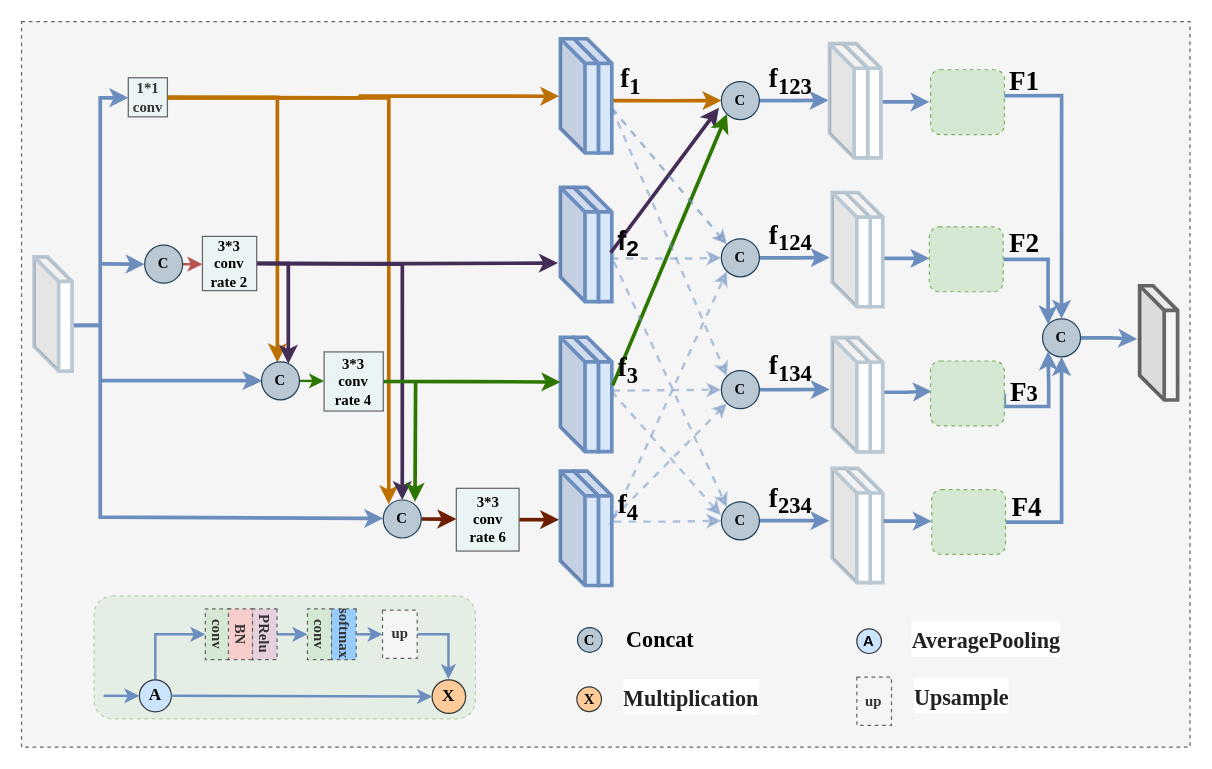
This is CCASPP.drawio from Hymhh/hymhh, a draw.io file, before an edit. Source tidied: cells renumbered, new cells numbered last; positions are measured from the earlier drawing's top-left corner, leaving out a move shared by most shapes. Both pictures are drawn from the tidied source at 123%, with x=0, y=0 at pixel (21, 21).
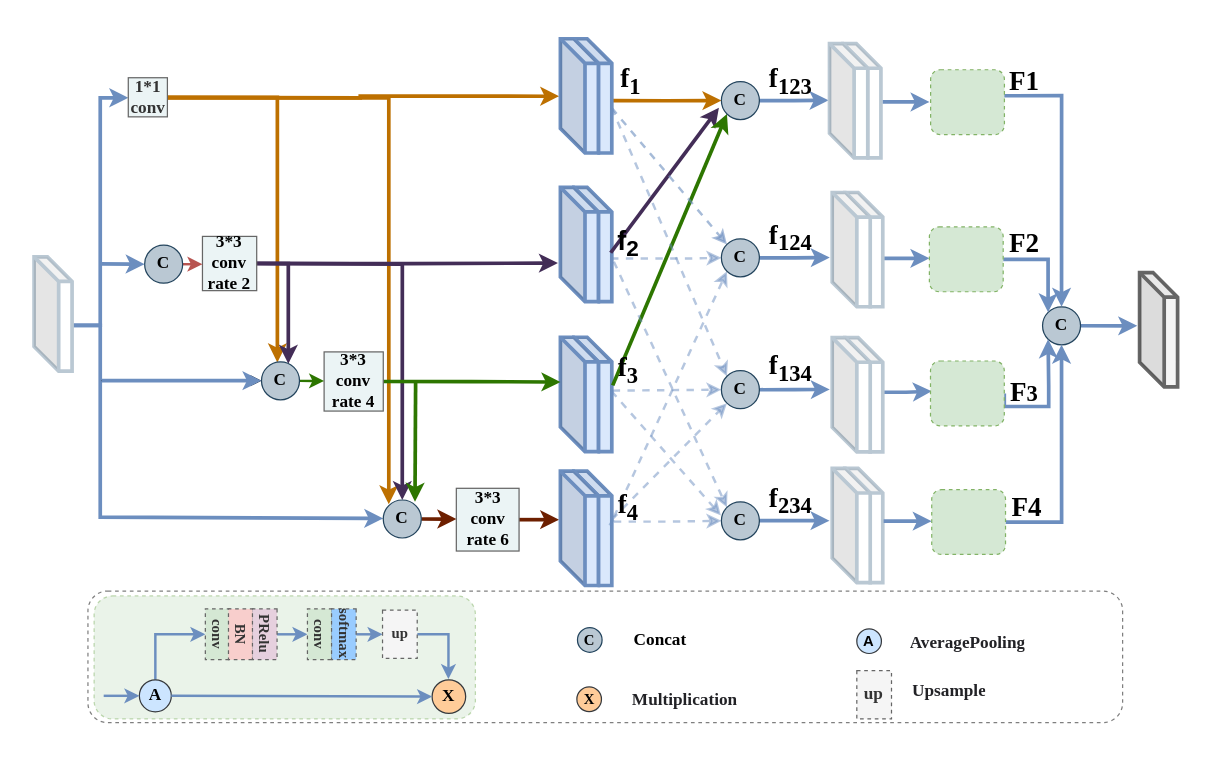
Above is the later version.

Diff of the diagram source:
```diff
@@
-    <mxCell id="2" style="rounded=0;whiteSpace=wrap;html=1;fillColor=#f5f5f5;strokeColor=#666666;dashed=1;shadow=0;fontColor=#333333;" parent="1" vertex="1">
-      <mxGeometry width="950" height="590" as="geometry" />
-    </mxCell>
+    <mxCell id="115" style="rounded=1;whiteSpace=wrap;html=1;dashed=1;fillColor=none;opacity=50;" parent="1" vertex="1">
+      <mxGeometry x="54" y="463" width="841.2" height="107" as="geometry" />
+    </mxCell>
@@
-    <mxCell id="10" value="&lt;font face=&quot;Times New Roman&quot;&gt;&lt;b&gt;1*1&lt;br&gt;conv&lt;/b&gt;&lt;/font&gt;" style="whiteSpace=wrap;html=1;strokeWidth=1;fillColor=#EBF4F5;strokeColor=#666666;fontColor=#333333;" parent="1" vertex="1">
+    <mxCell id="10" value="&lt;font face=&quot;Times New Roman&quot; style=&quot;font-size: 14px&quot;&gt;&lt;b&gt;1*1&lt;br&gt;conv&lt;/b&gt;&lt;/font&gt;" style="whiteSpace=wrap;html=1;strokeWidth=1;fillColor=#EBF4F5;strokeColor=#666666;fontColor=#333333;" parent="1" vertex="1">
       <mxGeometry x="86.8" y="45.7" width="31.8" height="31.8" as="geometry" />
     </mxCell>
@@
-    <mxCell id="14" value="&lt;font face=&quot;Times New Roman&quot;&gt;&lt;b&gt;3*3&lt;br&gt;conv&lt;br&gt;rate 2&lt;/b&gt;&lt;/font&gt;" style="whiteSpace=wrap;html=1;strokeWidth=1;fillColor=#EBF4F5;strokeColor=#666666;" parent="1" vertex="1">
+    <mxCell id="14" value="&lt;font face=&quot;Times New Roman&quot; style=&quot;font-size: 14px&quot;&gt;&lt;b&gt;3*3&lt;br&gt;conv&lt;br&gt;rate 2&lt;/b&gt;&lt;/font&gt;" style="whiteSpace=wrap;html=1;strokeWidth=1;fillColor=#EBF4F5;strokeColor=#666666;" parent="1" vertex="1">
       <mxGeometry x="147.1" y="174.7" width="44.1" height="44.1" as="geometry" />
     </mxCell>
@@
-    <mxCell id="16" value="&lt;font face=&quot;Times New Roman&quot;&gt;&lt;b&gt;3*3&lt;br&gt;conv&lt;br&gt;rate 6&lt;/b&gt;&lt;/font&gt;" style="whiteSpace=wrap;html=1;strokeWidth=1;fillColor=#EBF4F5;strokeColor=#666666;" parent="1" vertex="1">
+    <mxCell id="16" value="&lt;font face=&quot;Times New Roman&quot; style=&quot;font-size: 14px&quot;&gt;&lt;b&gt;3*3&lt;br&gt;conv&lt;br&gt;rate 6&lt;/b&gt;&lt;/font&gt;" style="whiteSpace=wrap;html=1;strokeWidth=1;fillColor=#EBF4F5;strokeColor=#666666;" parent="1" vertex="1">
       <mxGeometry x="353.5" y="379.5" width="51" height="51" as="geometry" />
     </mxCell>
@@
-    <mxCell id="18" value="&lt;b&gt;&lt;font face=&quot;Times New Roman&quot;&gt;C&lt;/font&gt;&lt;/b&gt;" style="ellipse;whiteSpace=wrap;html=1;strokeColor=#23445d;strokeWidth=1;fillColor=#bac8d3;" parent="1" vertex="1">
+    <mxCell id="18" value="&lt;b&gt;&lt;font face=&quot;Times New Roman&quot; style=&quot;font-size: 14px&quot;&gt;C&lt;/font&gt;&lt;/b&gt;" style="ellipse;whiteSpace=wrap;html=1;strokeColor=#23445d;strokeWidth=1;fillColor=#bac8d3;" parent="1" vertex="1">
       <mxGeometry x="294.1" y="389" width="30.9" height="30.9" as="geometry" />
     </mxCell>
@@
     <mxCell id="34" style="shape=cube;whiteSpace=wrap;html=1;boundedLbl=1;backgroundOutline=1;darkOpacity=0.05;darkOpacity2=0.1;strokeColor=#666666;strokeWidth=3;fillColor=#f5f5f5;fontColor=#333333;" parent="1" vertex="1">
-      <mxGeometry x="909" y="214.8" width="30.9" height="92.9" as="geometry" />
+      <mxGeometry x="909" y="204.1" width="30.9" height="92.9" as="geometry" />
     </mxCell>
@@
-    <mxCell id="36" value="&lt;font face=&quot;Times New Roman&quot;&gt;&lt;b&gt;C&lt;/b&gt;&lt;/font&gt;" style="ellipse;whiteSpace=wrap;html=1;strokeColor=#23445d;strokeWidth=1;fillColor=#bac8d3;" parent="1" vertex="1">
+    <mxCell id="36" value="&lt;font face=&quot;Times New Roman&quot; size=&quot;1&quot;&gt;&lt;b style=&quot;font-size: 14px&quot;&gt;C&lt;/b&gt;&lt;/font&gt;" style="ellipse;whiteSpace=wrap;html=1;strokeColor=#23445d;strokeWidth=1;fillColor=#bac8d3;" parent="1" vertex="1">
       <mxGeometry x="569" y="48.8" width="30.9" height="30.9" as="geometry" />
     </mxCell>
@@
-    <mxCell id="38" value="&lt;font face=&quot;Times New Roman&quot;&gt;&lt;b&gt;C&lt;/b&gt;&lt;/font&gt;" style="ellipse;whiteSpace=wrap;html=1;strokeColor=#23445d;strokeWidth=1;fillColor=#bac8d3;" parent="1" vertex="1">
+    <mxCell id="38" value="&lt;font face=&quot;Times New Roman&quot; size=&quot;1&quot;&gt;&lt;b style=&quot;font-size: 14px&quot;&gt;C&lt;/b&gt;&lt;/font&gt;" style="ellipse;whiteSpace=wrap;html=1;strokeColor=#23445d;strokeWidth=1;fillColor=#bac8d3;" parent="1" vertex="1">
       <mxGeometry x="569" y="176.7" width="30.9" height="30.9" as="geometry" />
     </mxCell>
@@
-    <mxCell id="40" value="&lt;b&gt;&lt;font face=&quot;Times New Roman&quot;&gt;C&lt;/font&gt;&lt;/b&gt;" style="ellipse;whiteSpace=wrap;html=1;strokeColor=#23445d;strokeWidth=1;fillColor=#bac8d3;" parent="1" vertex="1">
+    <mxCell id="40" value="&lt;b&gt;&lt;font face=&quot;Times New Roman&quot; style=&quot;font-size: 14px&quot;&gt;C&lt;/font&gt;&lt;/b&gt;" style="ellipse;whiteSpace=wrap;html=1;strokeColor=#23445d;strokeWidth=1;fillColor=#bac8d3;" parent="1" vertex="1">
       <mxGeometry x="569" y="283.9" width="30.9" height="30.9" as="geometry" />
     </mxCell>
@@
-    <mxCell id="42" value="&lt;b&gt;&lt;font face=&quot;Times New Roman&quot;&gt;C&lt;/font&gt;&lt;/b&gt;" style="ellipse;whiteSpace=wrap;html=1;strokeColor=#23445d;strokeWidth=1;fillColor=#bac8d3;" parent="1" vertex="1">
+    <mxCell id="42" value="&lt;b&gt;&lt;font face=&quot;Times New Roman&quot; style=&quot;font-size: 14px&quot;&gt;C&lt;/font&gt;&lt;/b&gt;" style="ellipse;whiteSpace=wrap;html=1;strokeColor=#23445d;strokeWidth=1;fillColor=#bac8d3;" parent="1" vertex="1">
       <mxGeometry x="569" y="390.5" width="30.9" height="30.9" as="geometry" />
     </mxCell>
@@
-    <mxCell id="58" value="&lt;b&gt;&lt;font face=&quot;Times New Roman&quot;&gt;C&lt;/font&gt;&lt;/b&gt;" style="ellipse;whiteSpace=wrap;html=1;strokeColor=#23445d;strokeWidth=1;fillColor=#bac8d3;" parent="1" vertex="1">
-      <mxGeometry x="830.1" y="241.7" width="30.9" height="30.9" as="geometry" />
+    <mxCell id="58" value="&lt;b&gt;&lt;font face=&quot;Times New Roman&quot; style=&quot;font-size: 14px&quot;&gt;C&lt;/font&gt;&lt;/b&gt;" style="ellipse;whiteSpace=wrap;html=1;strokeColor=#23445d;strokeWidth=1;fillColor=#bac8d3;" parent="1" vertex="1">
+      <mxGeometry x="830.1" y="231.9" width="30.9" height="30.9" as="geometry" />
     </mxCell>
@@
-    <mxCell id="64" value="&lt;font face=&quot;Times New Roman&quot; style=&quot;font-size: 18px&quot;&gt;&lt;b&gt;Concat&lt;/b&gt;&lt;/font&gt;" style="text;html=1;align=center;verticalAlign=middle;fillColor=none;strokeColor=none;rounded=0;strokeWidth=2;" parent="1" vertex="1">
-      <mxGeometry x="483.9" y="492.8" width="70" height="20" as="geometry" />
+    <mxCell id="64" value="&lt;font face=&quot;Times New Roman&quot; size=&quot;1&quot;&gt;&lt;b style=&quot;font-size: 14px&quot;&gt;Concat&lt;/b&gt;&lt;/font&gt;" style="text;html=1;align=center;verticalAlign=middle;fillColor=none;strokeColor=none;rounded=0;strokeWidth=2;" parent="1" vertex="1">
+      <mxGeometry x="488.9" y="492.8" width="60" height="20" as="geometry" />
     </mxCell>
@@
-    <mxCell id="66" value="&lt;h1 class=&quot;el-tooltip d-ib title fs-xxl line-2&quot; tabindex=&quot;0&quot; style=&quot;padding: 0px ; margin: 0px ; box-sizing: border-box ; display: inline-block ; overflow: hidden ; word-break: break-all ; outline-width: 0px ; color: rgb(34 , 34 , 38) ; background-color: rgb(255 , 255 , 255)&quot;&gt;&lt;font style=&quot;font-size: 18px&quot; face=&quot;Times New Roman&quot;&gt;AveragePooling&lt;/font&gt;&lt;/h1&gt;" style="text;html=1;align=center;verticalAlign=middle;fillColor=none;strokeColor=none;rounded=0;" parent="1" vertex="1">
-      <mxGeometry x="713.7" y="493.8" width="140" height="20" as="geometry" />
+    <mxCell id="66" value="&lt;h1 class=&quot;el-tooltip d-ib title fs-xxl line-2&quot; tabindex=&quot;0&quot; style=&quot;padding: 0px ; margin: 0px ; box-sizing: border-box ; display: inline-block ; overflow: hidden ; word-break: break-all ; outline-width: 0px ; color: rgb(34 , 34 , 38) ; background-color: rgb(255 , 255 , 255)&quot;&gt;&lt;font style=&quot;font-size: 14px&quot; face=&quot;Times New Roman&quot;&gt;AveragePooling&lt;/font&gt;&lt;/h1&gt;" style="text;html=1;align=center;verticalAlign=middle;fillColor=none;strokeColor=none;rounded=0;" parent="1" vertex="1">
+      <mxGeometry x="714" y="488.8" width="110" height="30" as="geometry" />
     </mxCell>
@@
-    <mxCell id="71" value="&lt;b&gt;&lt;font face=&quot;Times New Roman&quot;&gt;C&lt;/font&gt;&lt;/b&gt;" style="ellipse;whiteSpace=wrap;html=1;strokeColor=#23445d;strokeWidth=1;fillColor=#bac8d3;" parent="1" vertex="1">
+    <mxCell id="71" value="&lt;b&gt;&lt;font face=&quot;Times New Roman&quot; style=&quot;font-size: 14px&quot;&gt;C&lt;/font&gt;&lt;/b&gt;" style="ellipse;whiteSpace=wrap;html=1;strokeColor=#23445d;strokeWidth=1;fillColor=#bac8d3;" parent="1" vertex="1">
       <mxGeometry x="100.1" y="181.8" width="30.9" height="30.9" as="geometry" />
     </mxCell>
@@
-    <mxCell id="73" value="&lt;font face=&quot;Times New Roman&quot;&gt;&lt;b&gt;3*3&lt;br&gt;conv&lt;br&gt;rate 4&lt;/b&gt;&lt;/font&gt;" style="whiteSpace=wrap;html=1;strokeWidth=1;fillColor=#EBF4F5;strokeColor=#666666;" parent="1" vertex="1">
+    <mxCell id="73" value="&lt;font face=&quot;Times New Roman&quot; style=&quot;font-size: 14px&quot;&gt;&lt;b&gt;3*3&lt;br&gt;conv&lt;br&gt;rate 4&lt;/b&gt;&lt;/font&gt;" style="whiteSpace=wrap;html=1;strokeWidth=1;fillColor=#EBF4F5;strokeColor=#666666;" parent="1" vertex="1">
       <mxGeometry x="246" y="268.6" width="48.1" height="48.1" as="geometry" />
     </mxCell>
@@
-    <mxCell id="98" value="&lt;h1 class=&quot;el-tooltip d-ib title fs-xxl line-2&quot; tabindex=&quot;0&quot; style=&quot;padding: 0px ; margin: 0px ; box-sizing: border-box ; display: inline-block ; overflow: hidden ; word-break: break-all ; outline-width: 0px ; color: rgb(34 , 34 , 38) ; background-color: rgb(255 , 255 , 255)&quot;&gt;&lt;font style=&quot;font-size: 18px&quot; face=&quot;Times New Roman&quot;&gt;Multiplication&lt;/font&gt;&lt;/h1&gt;" style="text;html=1;align=center;verticalAlign=middle;fillColor=none;strokeColor=none;rounded=0;" parent="1" vertex="1">
-      <mxGeometry x="478.9" y="541" width="130" height="20" as="geometry" />
+    <mxCell id="98" value="&lt;h1 class=&quot;el-tooltip d-ib title fs-xxl line-2&quot; tabindex=&quot;0&quot; style=&quot;padding: 0px ; margin: 0px ; box-sizing: border-box ; display: inline-block ; overflow: hidden ; word-break: break-all ; outline-width: 0px ; color: rgb(34 , 34 , 38) ; background-color: rgb(255 , 255 , 255)&quot;&gt;&lt;font style=&quot;font-size: 14px&quot; face=&quot;Times New Roman&quot;&gt;Multiplication&lt;/font&gt;&lt;/h1&gt;" style="text;html=1;align=center;verticalAlign=middle;fillColor=none;strokeColor=none;rounded=0;" parent="1" vertex="1">
+      <mxGeometry x="488.9" y="535.2" width="100" height="30" as="geometry" />
     </mxCell>
-    <mxCell id="99" value="&lt;font face=&quot;Times New Roman&quot;&gt;&lt;b&gt;up&lt;/b&gt;&lt;/font&gt;" style="rounded=0;whiteSpace=wrap;html=1;dashed=1;strokeColor=#666666;fillColor=#f5f5f5;fontColor=#333333;" parent="1" vertex="1">
-      <mxGeometry x="679.1" y="533" width="28.2" height="39.2" as="geometry" />
+    <mxCell id="99" value="&lt;font face=&quot;Times New Roman&quot; size=&quot;1&quot;&gt;&lt;b style=&quot;font-size: 14px&quot;&gt;up&lt;/b&gt;&lt;/font&gt;" style="rounded=0;whiteSpace=wrap;html=1;dashed=1;strokeColor=#666666;fillColor=#f5f5f5;fontColor=#333333;" parent="1" vertex="1">
+      <mxGeometry x="679.1" y="527.8" width="28.2" height="39.2" as="geometry" />
     </mxCell>
-    <mxCell id="100" value="&lt;h1 class=&quot;el-tooltip d-ib title fs-xxl line-2&quot; tabindex=&quot;0&quot; style=&quot;padding: 0px ; margin: 0px ; box-sizing: border-box ; display: inline-block ; overflow: hidden ; word-break: break-all ; outline-width: 0px ; color: rgb(34 , 34 , 38) ; background-color: rgb(255 , 255 , 255)&quot;&gt;&lt;font style=&quot;font-size: 18px&quot; face=&quot;Times New Roman&quot;&gt;Upsample&lt;/font&gt;&lt;/h1&gt;" style="text;html=1;align=center;verticalAlign=middle;fillColor=none;strokeColor=none;rounded=0;" parent="1" vertex="1">
-      <mxGeometry x="718.7" y="540.2" width="90" height="20" as="geometry" />
+    <mxCell id="100" value="&lt;h1 class=&quot;el-tooltip d-ib title fs-xxl line-2&quot; tabindex=&quot;0&quot; style=&quot;padding: 0px ; margin: 0px ; box-sizing: border-box ; display: inline-block ; overflow: hidden ; word-break: break-all ; outline-width: 0px ; color: rgb(34 , 34 , 38) ; background-color: rgb(255 , 255 , 255)&quot;&gt;&lt;font style=&quot;font-size: 14px&quot; face=&quot;Times New Roman&quot;&gt;Upsample&lt;/font&gt;&lt;/h1&gt;" style="text;html=1;align=center;verticalAlign=middle;fillColor=none;strokeColor=none;rounded=0;" parent="1" vertex="1">
+      <mxGeometry x="714" y="527.8" width="80" height="30" as="geometry" />
     </mxCell>
@@
-    <mxCell id="102" value="&lt;b&gt;&lt;font face=&quot;Times New Roman&quot;&gt;C&lt;/font&gt;&lt;/b&gt;" style="ellipse;whiteSpace=wrap;html=1;strokeColor=#23445d;strokeWidth=1;fillColor=#bac8d3;" parent="1" vertex="1">
+    <mxCell id="102" value="&lt;b&gt;&lt;font face=&quot;Times New Roman&quot; style=&quot;font-size: 14px&quot;&gt;C&lt;/font&gt;&lt;/b&gt;" style="ellipse;whiteSpace=wrap;html=1;strokeColor=#23445d;strokeWidth=1;fillColor=#bac8d3;" parent="1" vertex="1">
       <mxGeometry x="195.1" y="276.7" width="30.9" height="30.9" as="geometry" />
     </mxCell>
```
